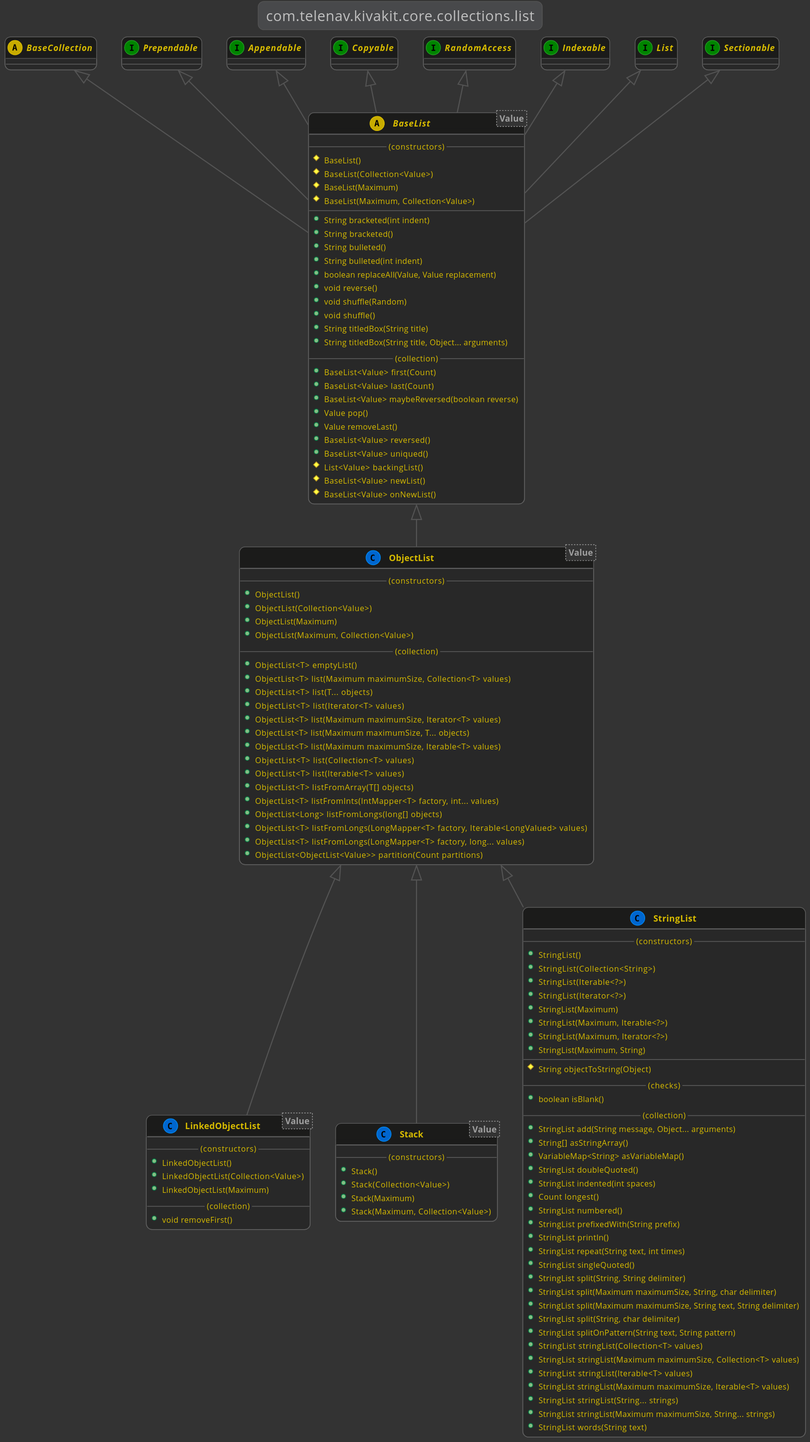
Telenav/kivakit-assets keeps this PlantUML diagram as docs/1.10.0/lexakai/kivakit-core/documentation/diagrams/com.telenav.kivakit.core.collections.list.svg. Above is the earlier version.
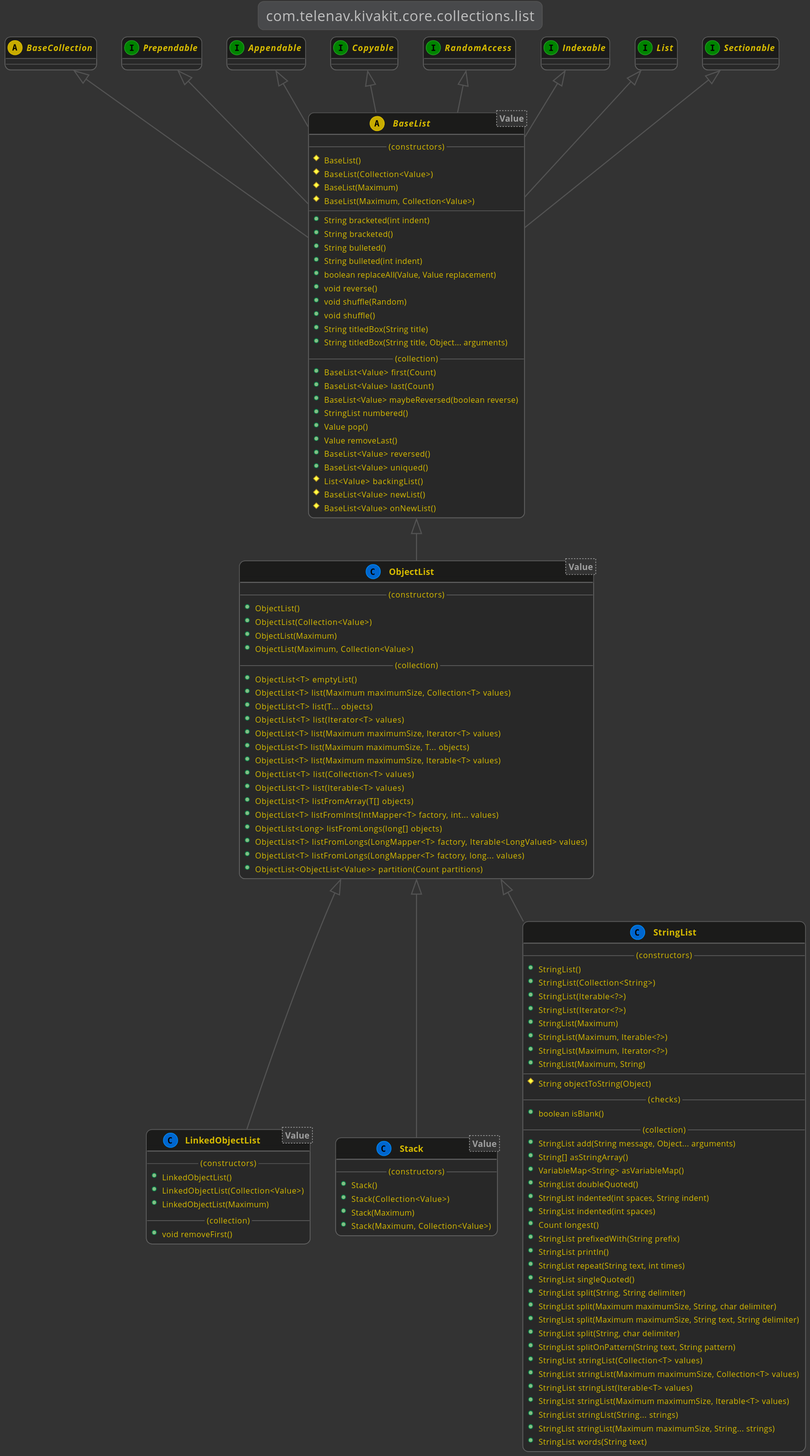
After the commit.

The edit, as a diff of the source:
```diff
@@ -45,6 +45,7 @@
         +BaseList<Value> first(Count)
         +BaseList<Value> last(Count)
         +BaseList<Value> maybeReversed(boolean reverse)
+        +StringList numbered()
         +Value pop()
         +Value removeLast()
         +BaseList<Value> reversed()
@@ -122,9 +123,9 @@
         +String[] asStringArray()
         +VariableMap<String> asVariableMap()
         +StringList doubleQuoted()
+        +StringList indented(int spaces, String indent)
         +StringList indented(int spaces)
         +Count longest()
-        +StringList numbered()
         +StringList prefixedWith(String prefix)
         +StringList println()
         +StringList repeat(String text, int times)
```
